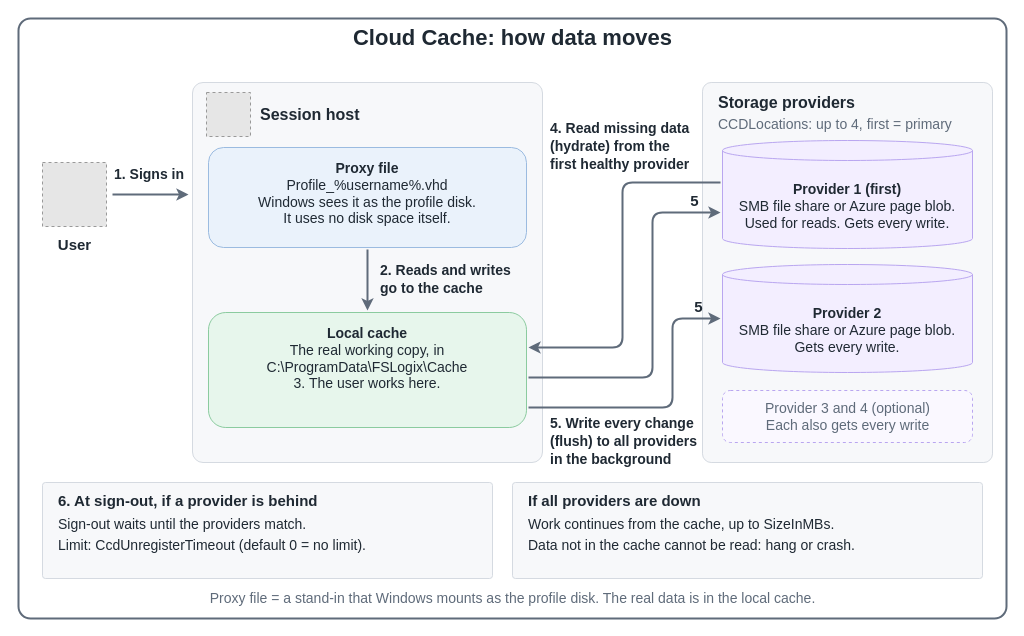
The draw.io diagram src/img/avd/AVD-FSLogix-Cloud-Cache.drawio in AddySidd27/cloud-ai-notes, before the edit. Source tidied: cells renumbered, new cells numbered last; positions are measured from the earlier drawing's top-left corner, leaving out a move shared by most shapes. Both pictures are drawn from the tidied source at 100%, with x=0, y=0 at pixel (18, 18). Pictures stored in the file or linked from it are replaced by grey dashed boxes.
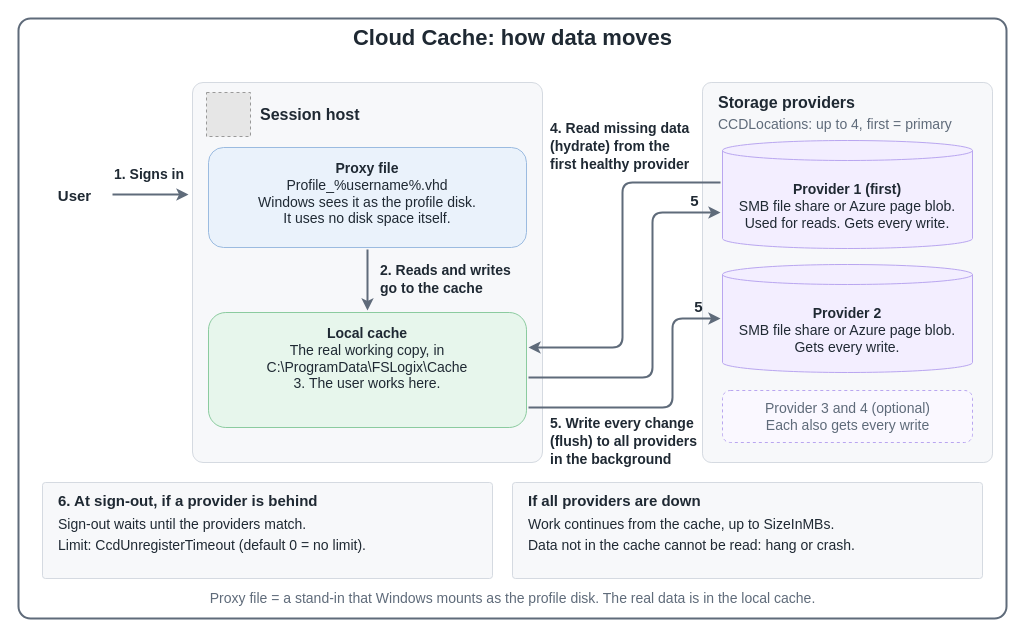
After the change.

What changed in the source:
```diff
@@
-    <mxCell id="4" style="fillColor=#E6E6E6;strokeColor=#999999;dashed=1;html=1;" parent="1" vertex="1">
-      <mxGeometry x="24" y="144" width="64" height="64" as="geometry" />
-    </mxCell>
     <mxCell id="5" value="&lt;b&gt;User&lt;/b&gt;" style="text;html=1;align=center;verticalAlign=middle;fontSize=15;fontColor=#1f2933;" parent="1" vertex="1">
-      <mxGeometry x="8" y="214" width="96" height="24" as="geometry" />
+      <mxGeometry x="8" y="165" width="96" height="24" as="geometry" />
     </mxCell>
```
